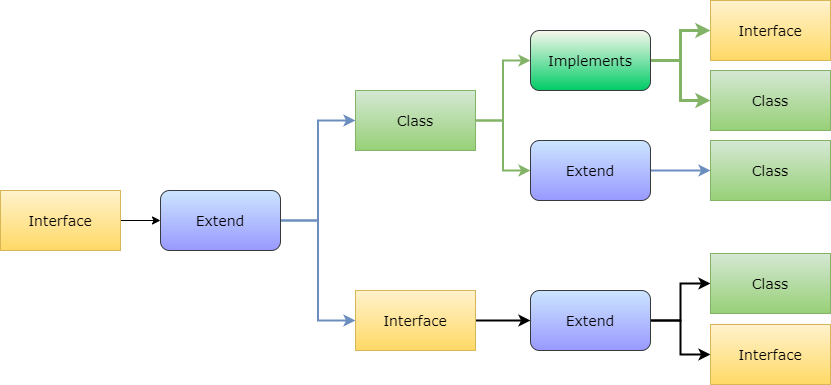
Earlier version of the draw.io export Assets/Interface-InterfaceCharacteristic.png (gungunfebrianza/Belajar-Dengan-Jenius-DenoTheWKWKLand). Source tidied: cells renumbered, new cells last; positions are measured from the earlier drawing's top-left corner, leaving out a move shared by most shapes. Source of this version:
```xml
<mxGraphModel>
  <root>
    <mxCell id="0" />
    <mxCell id="1" parent="0" />
    <mxCell id="2" style="edgeStyle=orthogonalEdgeStyle;rounded=0;jettySize=auto;html=1;exitX=1;exitY=0.5;exitDx=0;exitDy=0;fontFamily=Verdana;fontSize=14;" parent="1" edge="1" source="3" target="9">
      <mxGeometry relative="1" as="geometry" />
    </mxCell>
    <mxCell id="3" value="Interface" style="rounded=0;whiteSpace=wrap;html=1;fontFamily=Verdana;fontSize=14;fillColor=#fff2cc;strokeColor=#d6b656;gradientColor=#ffd966;" parent="1" vertex="1">
      <mxGeometry y="190" width="120" height="60" as="geometry" />
    </mxCell>
    <mxCell id="4" style="edgeStyle=orthogonalEdgeStyle;rounded=0;jettySize=auto;html=1;exitX=1;exitY=0.5;exitDx=0;exitDy=0;fontFamily=Verdana;fontSize=14;strokeWidth=2;gradientColor=#97d077;fillColor=#d5e8d4;strokeColor=#82b366;" parent="1" edge="1" source="6" target="12">
      <mxGeometry relative="1" as="geometry" />
    </mxCell>
    <mxCell id="5" style="edgeStyle=orthogonalEdgeStyle;rounded=0;jettySize=auto;html=1;exitX=1;exitY=0.5;exitDx=0;exitDy=0;entryX=0;entryY=0.5;entryDx=0;entryDy=0;fontFamily=Verdana;fontSize=14;gradientColor=#97d077;fillColor=#d5e8d4;strokeColor=#82b366;strokeWidth=2;" parent="1" edge="1" source="6" target="15">
      <mxGeometry relative="1" as="geometry" />
    </mxCell>
    <mxCell id="6" value="Class" style="rounded=0;whiteSpace=wrap;html=1;fontFamily=Verdana;fontSize=14;fillColor=#d5e8d4;strokeColor=#82b366;gradientColor=#97d077;" parent="1" vertex="1">
      <mxGeometry x="355" y="90" width="120" height="60" as="geometry" />
    </mxCell>
    <mxCell id="7" style="edgeStyle=orthogonalEdgeStyle;rounded=0;jettySize=auto;html=1;exitX=1;exitY=0.5;exitDx=0;exitDy=0;entryX=0;entryY=0.5;entryDx=0;entryDy=0;strokeWidth=2;fontFamily=Verdana;fontSize=14;gradientColor=#7ea6e0;fillColor=#dae8fc;strokeColor=#6c8ebf;" parent="1" edge="1" source="9" target="6">
      <mxGeometry relative="1" as="geometry" />
    </mxCell>
    <mxCell id="8" style="edgeStyle=orthogonalEdgeStyle;rounded=0;jettySize=auto;html=1;exitX=1;exitY=0.5;exitDx=0;exitDy=0;entryX=0;entryY=0.5;entryDx=0;entryDy=0;strokeWidth=2;fontFamily=Verdana;fontSize=14;gradientColor=#7ea6e0;fillColor=#dae8fc;strokeColor=#6c8ebf;" parent="1" edge="1" source="9" target="17">
      <mxGeometry relative="1" as="geometry" />
    </mxCell>
    <mxCell id="9" value="Extend" style="rounded=1;whiteSpace=wrap;html=1;fontFamily=Verdana;fontSize=14;fillColor=#cce5ff;strokeColor=#36393d;gradientColor=#9999FF;" parent="1" vertex="1">
      <mxGeometry x="160" y="190" width="120" height="60" as="geometry" />
    </mxCell>
    <mxCell id="10" style="edgeStyle=orthogonalEdgeStyle;rounded=0;jettySize=auto;html=1;exitX=1;exitY=0.5;exitDx=0;exitDy=0;strokeWidth=3;fontFamily=Verdana;fontSize=14;gradientColor=#97d077;fillColor=#d5e8d4;strokeColor=#82b366;" parent="1" edge="1" source="12" target="22">
      <mxGeometry relative="1" as="geometry" />
    </mxCell>
    <mxCell id="11" style="edgeStyle=orthogonalEdgeStyle;rounded=0;jettySize=auto;html=1;exitX=1;exitY=0.5;exitDx=0;exitDy=0;strokeWidth=3;fontFamily=Verdana;fontSize=14;gradientColor=#97d077;fillColor=#d5e8d4;strokeColor=#82b366;" parent="1" edge="1" source="12" target="23">
      <mxGeometry relative="1" as="geometry" />
    </mxCell>
    <mxCell id="12" value="Implements" style="rounded=1;whiteSpace=wrap;html=1;fontFamily=Verdana;fontSize=14;fillColor=#f9f7ed;strokeColor=#36393d;gradientColor=#00CC66;" parent="1" vertex="1">
      <mxGeometry x="530" y="30" width="120" height="60" as="geometry" />
    </mxCell>
    <mxCell id="13" value="Class" style="rounded=0;whiteSpace=wrap;html=1;fontFamily=Verdana;fontSize=14;fillColor=#d5e8d4;strokeColor=#82b366;gradientColor=#97d077;" parent="1" vertex="1">
      <mxGeometry x="710" y="140" width="120" height="60" as="geometry" />
    </mxCell>
    <mxCell id="14" style="edgeStyle=orthogonalEdgeStyle;rounded=0;jettySize=auto;html=1;exitX=1;exitY=0.5;exitDx=0;exitDy=0;entryX=0;entryY=0.5;entryDx=0;entryDy=0;strokeWidth=2;fontFamily=Verdana;fontSize=14;gradientColor=#7ea6e0;fillColor=#dae8fc;strokeColor=#6c8ebf;" parent="1" edge="1" source="15" target="13">
      <mxGeometry relative="1" as="geometry" />
    </mxCell>
    <mxCell id="15" value="Extend" style="rounded=1;whiteSpace=wrap;html=1;fontFamily=Verdana;fontSize=14;fillColor=#cce5ff;strokeColor=#36393d;gradientColor=#9999FF;" parent="1" vertex="1">
      <mxGeometry x="530" y="140" width="120" height="60" as="geometry" />
    </mxCell>
    <mxCell id="16" style="edgeStyle=orthogonalEdgeStyle;rounded=0;jettySize=auto;html=1;exitX=1;exitY=0.5;exitDx=0;exitDy=0;strokeWidth=2;fontFamily=Verdana;fontSize=14;" parent="1" edge="1" source="17" target="20">
      <mxGeometry relative="1" as="geometry" />
    </mxCell>
    <mxCell id="17" value="Interface" style="rounded=0;whiteSpace=wrap;html=1;fontFamily=Verdana;fontSize=14;fillColor=#fff2cc;strokeColor=#d6b656;gradientColor=#ffd966;" parent="1" vertex="1">
      <mxGeometry x="355" y="290" width="120" height="60" as="geometry" />
    </mxCell>
    <mxCell id="18" style="edgeStyle=orthogonalEdgeStyle;rounded=0;jettySize=auto;html=1;exitX=1;exitY=0.5;exitDx=0;exitDy=0;strokeWidth=2;fontFamily=Verdana;fontSize=14;" parent="1" edge="1" source="20" target="21">
      <mxGeometry relative="1" as="geometry" />
    </mxCell>
    <mxCell id="19" style="edgeStyle=orthogonalEdgeStyle;rounded=0;jettySize=auto;html=1;exitX=1;exitY=0.5;exitDx=0;exitDy=0;strokeWidth=2;fontFamily=Verdana;fontSize=14;" parent="1" edge="1" source="20" target="24">
      <mxGeometry relative="1" as="geometry" />
    </mxCell>
    <mxCell id="20" value="Extend" style="rounded=1;whiteSpace=wrap;html=1;fontFamily=Verdana;fontSize=14;fillColor=#cce5ff;strokeColor=#36393d;gradientColor=#9999FF;" parent="1" vertex="1">
      <mxGeometry x="530" y="290" width="120" height="60" as="geometry" />
    </mxCell>
    <mxCell id="21" value="Class" style="rounded=0;whiteSpace=wrap;html=1;fontFamily=Verdana;fontSize=14;fillColor=#d5e8d4;strokeColor=#82b366;gradientColor=#97d077;" parent="1" vertex="1">
      <mxGeometry x="710" y="253" width="120" height="60" as="geometry" />
    </mxCell>
    <mxCell id="22" value="Interface" style="rounded=0;whiteSpace=wrap;html=1;fontFamily=Verdana;fontSize=14;fillColor=#fff2cc;strokeColor=#d6b656;gradientColor=#ffd966;" parent="1" vertex="1">
      <mxGeometry x="710" width="120" height="60" as="geometry" />
    </mxCell>
    <mxCell id="23" value="Class" style="rounded=0;whiteSpace=wrap;html=1;fontFamily=Verdana;fontSize=14;fillColor=#d5e8d4;strokeColor=#82b366;gradientColor=#97d077;" parent="1" vertex="1">
      <mxGeometry x="710" y="70" width="120" height="60" as="geometry" />
    </mxCell>
    <mxCell id="24" value="Interface" style="rounded=0;whiteSpace=wrap;html=1;fontFamily=Verdana;fontSize=14;fillColor=#fff2cc;strokeColor=#d6b656;gradientColor=#ffd966;" parent="1" vertex="1">
      <mxGeometry x="710" y="324" width="120" height="60" as="geometry" />
    </mxCell>
  </root>
</mxGraphModel>
```
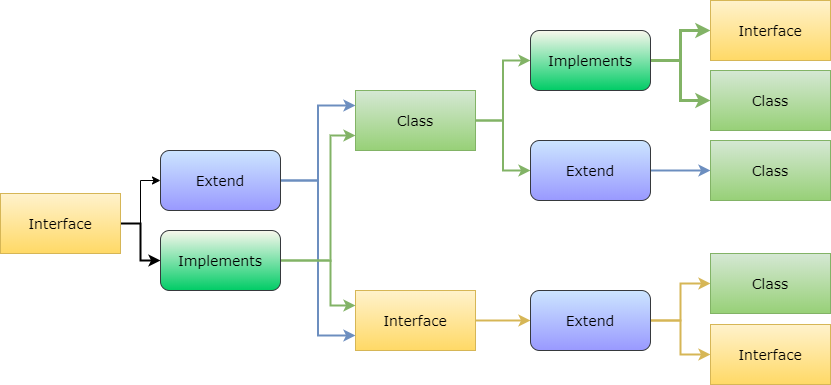
Above is the later version.

Commit message:
Fix Asset Interface

What changed in the source:
```diff
@@ -5,8 +5,11 @@
     <mxCell id="2" style="edgeStyle=orthogonalEdgeStyle;rounded=0;jettySize=auto;html=1;exitX=1;exitY=0.5;exitDx=0;exitDy=0;fontFamily=Verdana;fontSize=14;" parent="1" edge="1" source="3" target="9">
       <mxGeometry relative="1" as="geometry" />
     </mxCell>
+    <mxCell id="25" style="edgeStyle=orthogonalEdgeStyle;rounded=0;jettySize=auto;html=1;exitX=1;exitY=0.5;exitDx=0;exitDy=0;strokeWidth=2;fontFamily=Verdana;fontSize=14;" parent="1" edge="1" source="3" target="28">
+      <mxGeometry relative="1" as="geometry" />
+    </mxCell>
     <mxCell id="3" value="Interface" style="rounded=0;whiteSpace=wrap;html=1;fontFamily=Verdana;fontSize=14;fillColor=#fff2cc;strokeColor=#d6b656;gradientColor=#ffd966;" parent="1" vertex="1">
-      <mxGeometry y="190" width="120" height="60" as="geometry" />
+      <mxGeometry y="193" width="120" height="60" as="geometry" />
     </mxCell>
     <mxCell id="4" style="edgeStyle=orthogonalEdgeStyle;rounded=0;jettySize=auto;html=1;exitX=1;exitY=0.5;exitDx=0;exitDy=0;fontFamily=Verdana;fontSize=14;strokeWidth=2;gradientColor=#97d077;fillColor=#d5e8d4;strokeColor=#82b366;" parent="1" edge="1" source="6" target="12">
       <mxGeometry relative="1" as="geometry" />
@@ -17,14 +20,14 @@
     <mxCell id="6" value="Class" style="rounded=0;whiteSpace=wrap;html=1;fontFamily=Verdana;fontSize=14;fillColor=#d5e8d4;strokeColor=#82b366;gradientColor=#97d077;" parent="1" vertex="1">
       <mxGeometry x="355" y="90" width="120" height="60" as="geometry" />
     </mxCell>
-    <mxCell id="7" style="edgeStyle=orthogonalEdgeStyle;rounded=0;jettySize=auto;html=1;exitX=1;exitY=0.5;exitDx=0;exitDy=0;entryX=0;entryY=0.5;entryDx=0;entryDy=0;strokeWidth=2;fontFamily=Verdana;fontSize=14;gradientColor=#7ea6e0;fillColor=#dae8fc;strokeColor=#6c8ebf;" parent="1" edge="1" source="9" target="6">
+    <mxCell id="7" style="edgeStyle=orthogonalEdgeStyle;rounded=0;jettySize=auto;html=1;exitX=1;exitY=0.5;exitDx=0;exitDy=0;entryX=0;entryY=0.25;entryDx=0;entryDy=0;strokeWidth=2;fontFamily=Verdana;fontSize=14;gradientColor=#7ea6e0;fillColor=#dae8fc;strokeColor=#6c8ebf;" parent="1" edge="1" source="9" target="6">
       <mxGeometry relative="1" as="geometry" />
     </mxCell>
-    <mxCell id="8" style="edgeStyle=orthogonalEdgeStyle;rounded=0;jettySize=auto;html=1;exitX=1;exitY=0.5;exitDx=0;exitDy=0;entryX=0;entryY=0.5;entryDx=0;entryDy=0;strokeWidth=2;fontFamily=Verdana;fontSize=14;gradientColor=#7ea6e0;fillColor=#dae8fc;strokeColor=#6c8ebf;" parent="1" edge="1" source="9" target="17">
+    <mxCell id="8" style="edgeStyle=orthogonalEdgeStyle;rounded=0;jettySize=auto;html=1;exitX=1;exitY=0.5;exitDx=0;exitDy=0;entryX=0;entryY=0.75;entryDx=0;entryDy=0;strokeWidth=2;fontFamily=Verdana;fontSize=14;gradientColor=#7ea6e0;fillColor=#dae8fc;strokeColor=#6c8ebf;" parent="1" edge="1" source="9" target="17">
       <mxGeometry relative="1" as="geometry" />
     </mxCell>
     <mxCell id="9" value="Extend" style="rounded=1;whiteSpace=wrap;html=1;fontFamily=Verdana;fontSize=14;fillColor=#cce5ff;strokeColor=#36393d;gradientColor=#9999FF;" parent="1" vertex="1">
-      <mxGeometry x="160" y="190" width="120" height="60" as="geometry" />
+      <mxGeometry x="160" y="150" width="120" height="60" as="geometry" />
     </mxCell>
     <mxCell id="10" style="edgeStyle=orthogonalEdgeStyle;rounded=0;jettySize=auto;html=1;exitX=1;exitY=0.5;exitDx=0;exitDy=0;strokeWidth=3;fontFamily=Verdana;fontSize=14;gradientColor=#97d077;fillColor=#d5e8d4;strokeColor=#82b366;" parent="1" edge="1" source="12" target="22">
       <mxGeometry relative="1" as="geometry" />
@@ -44,16 +47,16 @@
     <mxCell id="15" value="Extend" style="rounded=1;whiteSpace=wrap;html=1;fontFamily=Verdana;fontSize=14;fillColor=#cce5ff;strokeColor=#36393d;gradientColor=#9999FF;" parent="1" vertex="1">
       <mxGeometry x="530" y="140" width="120" height="60" as="geometry" />
     </mxCell>
-    <mxCell id="16" style="edgeStyle=orthogonalEdgeStyle;rounded=0;jettySize=auto;html=1;exitX=1;exitY=0.5;exitDx=0;exitDy=0;strokeWidth=2;fontFamily=Verdana;fontSize=14;" parent="1" edge="1" source="17" target="20">
+    <mxCell id="16" style="edgeStyle=orthogonalEdgeStyle;rounded=0;jettySize=auto;html=1;exitX=1;exitY=0.5;exitDx=0;exitDy=0;strokeWidth=2;fontFamily=Verdana;fontSize=14;gradientColor=#ffd966;fillColor=#fff2cc;strokeColor=#d6b656;" parent="1" edge="1" source="17" target="20">
       <mxGeometry relative="1" as="geometry" />
     </mxCell>
     <mxCell id="17" value="Interface" style="rounded=0;whiteSpace=wrap;html=1;fontFamily=Verdana;fontSize=14;fillColor=#fff2cc;strokeColor=#d6b656;gradientColor=#ffd966;" parent="1" vertex="1">
       <mxGeometry x="355" y="290" width="120" height="60" as="geometry" />
     </mxCell>
-    <mxCell id="18" style="edgeStyle=orthogonalEdgeStyle;rounded=0;jettySize=auto;html=1;exitX=1;exitY=0.5;exitDx=0;exitDy=0;strokeWidth=2;fontFamily=Verdana;fontSize=14;" parent="1" edge="1" source="20" target="21">
+    <mxCell id="18" style="edgeStyle=orthogonalEdgeStyle;rounded=0;jettySize=auto;html=1;exitX=1;exitY=0.5;exitDx=0;exitDy=0;strokeWidth=2;fontFamily=Verdana;fontSize=14;gradientColor=#ffd966;fillColor=#fff2cc;strokeColor=#d6b656;" parent="1" edge="1" source="20" target="21">
       <mxGeometry relative="1" as="geometry" />
     </mxCell>
-    <mxCell id="19" style="edgeStyle=orthogonalEdgeStyle;rounded=0;jettySize=auto;html=1;exitX=1;exitY=0.5;exitDx=0;exitDy=0;strokeWidth=2;fontFamily=Verdana;fontSize=14;" parent="1" edge="1" source="20" target="24">
+    <mxCell id="19" style="edgeStyle=orthogonalEdgeStyle;rounded=0;jettySize=auto;html=1;exitX=1;exitY=0.5;exitDx=0;exitDy=0;strokeWidth=2;fontFamily=Verdana;fontSize=14;gradientColor=#ffd966;fillColor=#fff2cc;strokeColor=#d6b656;" parent="1" edge="1" source="20" target="24">
       <mxGeometry relative="1" as="geometry" />
     </mxCell>
     <mxCell id="20" value="Extend" style="rounded=1;whiteSpace=wrap;html=1;fontFamily=Verdana;fontSize=14;fillColor=#cce5ff;strokeColor=#36393d;gradientColor=#9999FF;" parent="1" vertex="1">
@@ -71,5 +74,24 @@
     <mxCell id="24" value="Interface" style="rounded=0;whiteSpace=wrap;html=1;fontFamily=Verdana;fontSize=14;fillColor=#fff2cc;strokeColor=#d6b656;gradientColor=#ffd966;" parent="1" vertex="1">
       <mxGeometry x="710" y="324" width="120" height="60" as="geometry" />
     </mxCell>
+    <mxCell id="26" style="edgeStyle=orthogonalEdgeStyle;rounded=0;jettySize=auto;html=1;exitX=1;exitY=0.5;exitDx=0;exitDy=0;entryX=0;entryY=0.75;entryDx=0;entryDy=0;strokeWidth=2;fontFamily=Verdana;fontSize=14;gradientColor=#97d077;fillColor=#d5e8d4;strokeColor=#82b366;" parent="1" edge="1" source="28" target="6">
+      <mxGeometry relative="1" as="geometry">
+        <Array as="points">
+          <mxPoint x="330" y="260" />
+          <mxPoint x="330" y="135" />
+        </Array>
+      </mxGeometry>
+    </mxCell>
+    <mxCell id="27" style="edgeStyle=orthogonalEdgeStyle;rounded=0;jettySize=auto;html=1;exitX=1;exitY=0.5;exitDx=0;exitDy=0;entryX=0;entryY=0.25;entryDx=0;entryDy=0;strokeWidth=2;fontFamily=Verdana;fontSize=14;gradientColor=#97d077;fillColor=#d5e8d4;strokeColor=#82b366;" parent="1" edge="1" source="28" target="17">
+      <mxGeometry relative="1" as="geometry">
+        <Array as="points">
+          <mxPoint x="330" y="260" />
+          <mxPoint x="330" y="305" />
+        </Array>
+      </mxGeometry>
+    </mxCell>
+    <mxCell id="28" value="Implements" style="rounded=1;whiteSpace=wrap;html=1;fontFamily=Verdana;fontSize=14;fillColor=#f9f7ed;strokeColor=#36393d;gradientColor=#00CC66;" parent="1" vertex="1">
+      <mxGeometry x="160" y="230" width="120" height="60" as="geometry" />
+    </mxCell>
   </root>
 </mxGraphModel>
```
